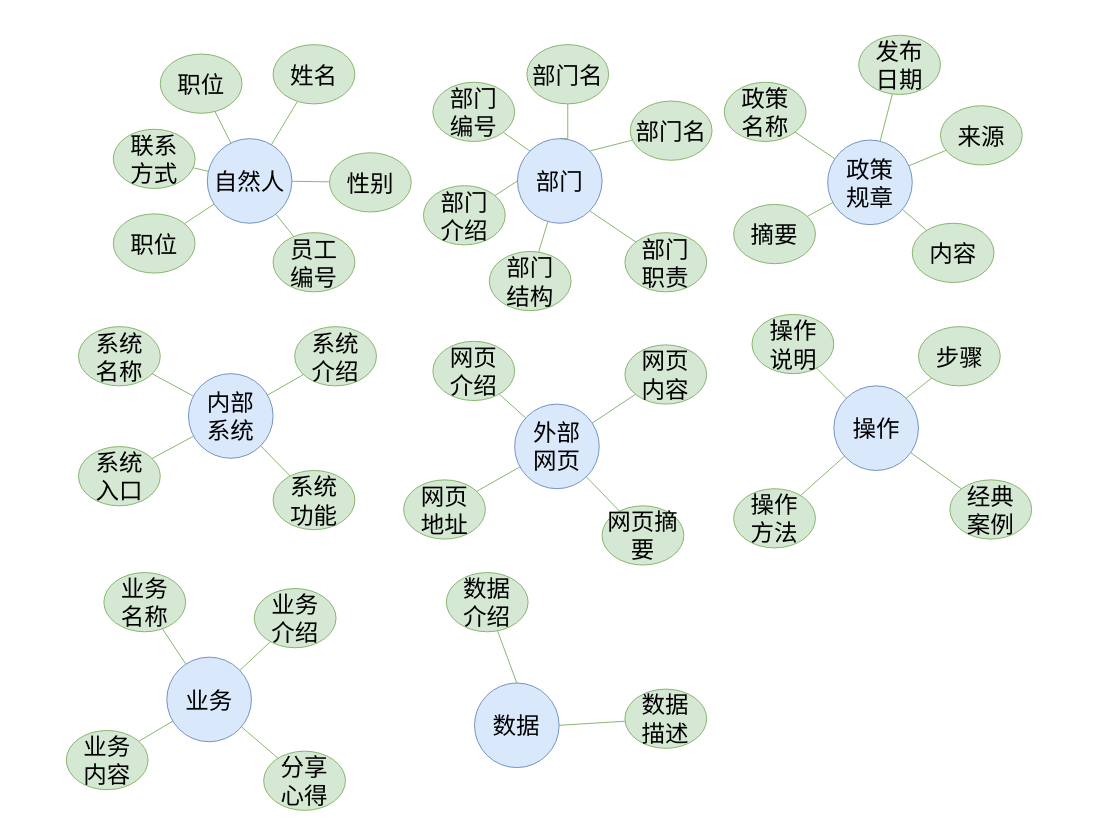
Earlier version of the draw.io diagram page "Page-3" (3 of 3) of KG本体设计.drawio (1009351456/Anonymous). Source tidied: cells renumbered, new cells numbered last; positions are measured from the earlier drawing's top-left corner, leaving out a move shared by most shapes. Both pictures are drawn from the tidied source at 94%, with x=0, y=0 at pixel (66, 35).
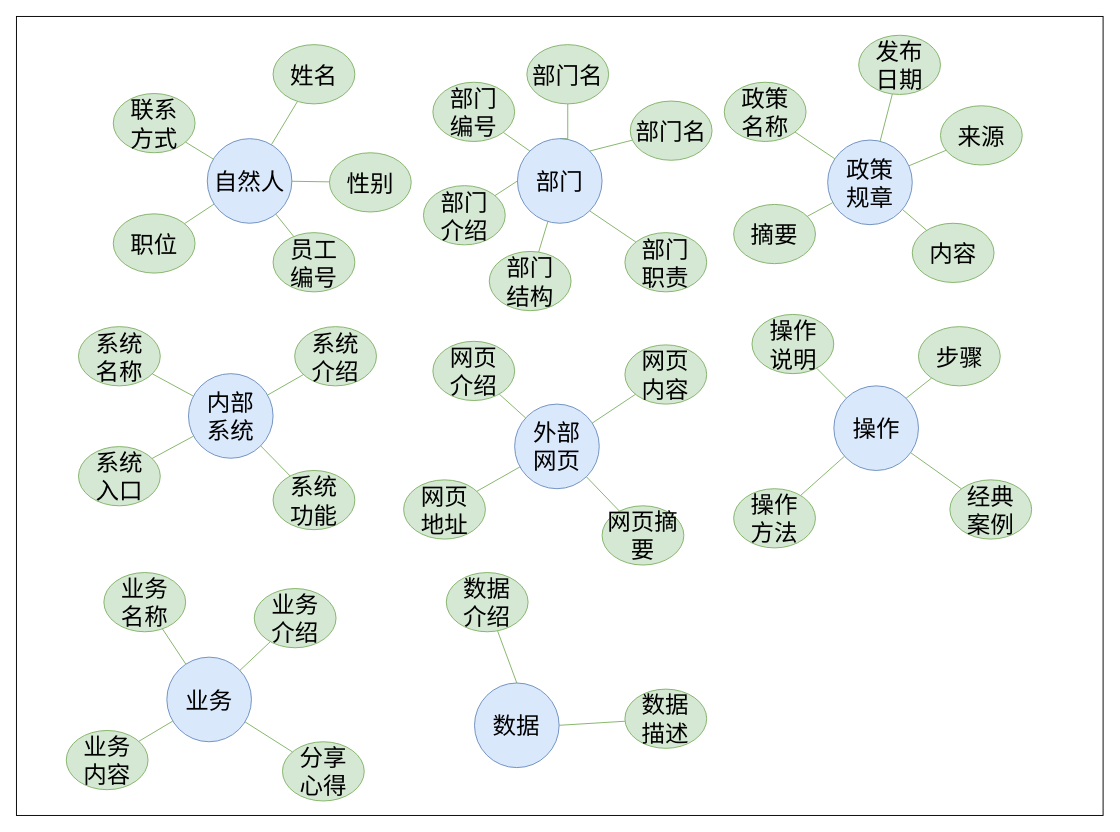
The same page after the edit.

The change refers to these unchanged cells:
```xml
<mxCell id="2" value="自然人" style="ellipse;whiteSpace=wrap;html=1;labelBackgroundColor=none;fontSize=25;align=center;fillColor=#dae8fc;strokeColor=#6c8ebf;" parent="1" vertex="1">
  <mxGeometry x="150" y="110" width="90" height="90" as="geometry" />
</mxCell>
```

The edit, as a diff of the source:
```diff
@@
+    <mxCell id="80" style="rounded=0;whiteSpace=wrap;html=1;" parent="1" vertex="1">
+      <mxGeometry x="-53" y="-20" width="1156" height="850" as="geometry" />
+    </mxCell>
@@
     <mxCell id="15" value="联系&lt;br style=&quot;font-size: 25px;&quot;&gt;方式" style="ellipse;whiteSpace=wrap;html=1;labelBackgroundColor=none;fontSize=25;align=center;fillColor=#d5e8d4;strokeColor=#82b366;fontColor=#000000;" parent="1" vertex="1">
-      <mxGeometry x="50" y="100" width="87" height="63" as="geometry" />
+      <mxGeometry x="50" y="62" width="87" height="63" as="geometry" />
     </mxCell>
-    <mxCell id="16" value="职位" style="ellipse;whiteSpace=wrap;html=1;labelBackgroundColor=none;fontSize=25;align=center;fillColor=#d5e8d4;strokeColor=#82b366;fontColor=#000000;" parent="1" vertex="1">
-      <mxGeometry x="100" y="20" width="87" height="63" as="geometry" />
-    </mxCell>
@@
-    <mxCell id="20" style="endArrow=none;html=1;strokeWidth=1;fontSize=25;fontColor=#000000;align=center;endFill=0;fillColor=#d5e8d4;strokeColor=#82b366;labelBackgroundColor=none;" parent="1" edge="1" source="2" target="16">
-      <mxGeometry relative="1" as="geometry" />
-    </mxCell>
@@
     <mxCell id="73" value="分享&lt;br style=&quot;font-size: 25px;&quot;&gt;心得" style="ellipse;whiteSpace=wrap;html=1;labelBackgroundColor=none;fontSize=25;align=center;fillColor=#d5e8d4;strokeColor=#82b366;fontColor=#000000;" parent="1" vertex="1">
-      <mxGeometry x="210" y="761.6" width="87" height="63" as="geometry" />
+      <mxGeometry x="230" y="751.6" width="87" height="63" as="geometry" />
     </mxCell>
```
